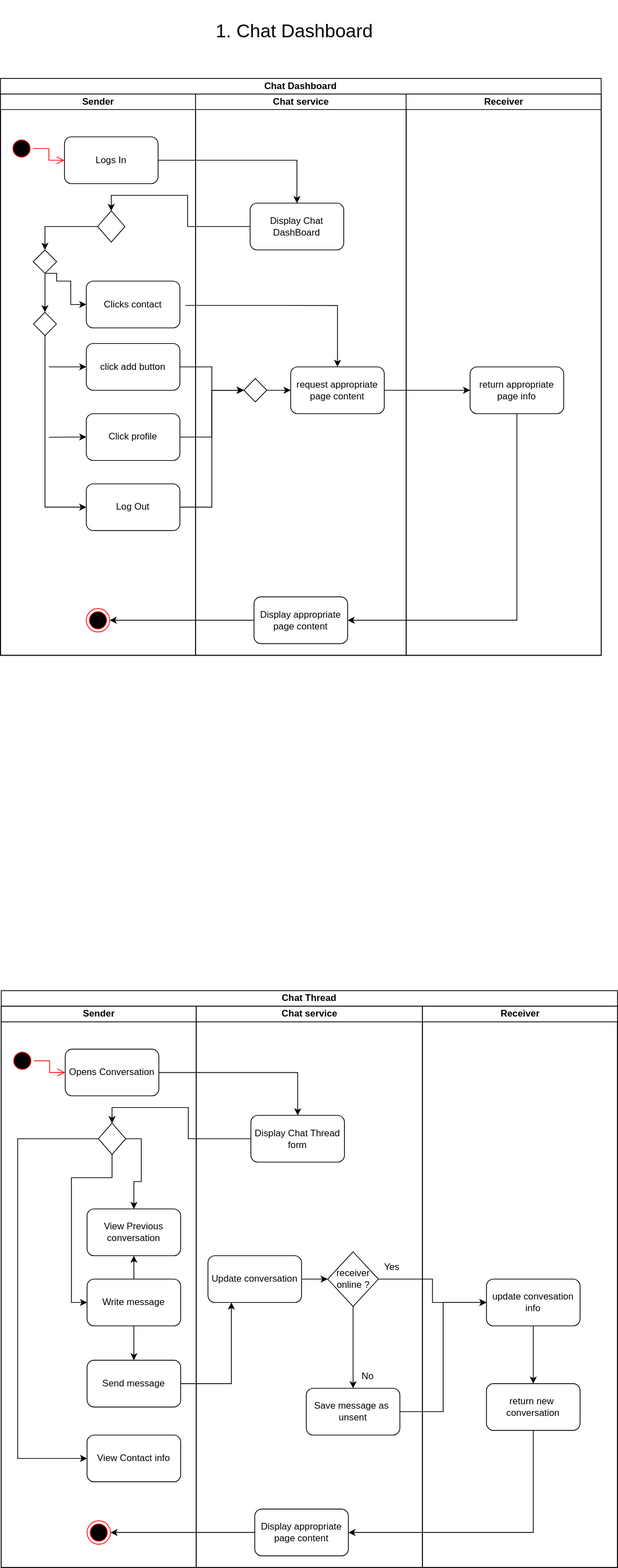
Earlier version of the draw.io export Deliverable1/ActivityDiagrams/Chat.drawio.svg (tshegofatso-motlhakane/Geeks-Chat). Source tidied: cells renumbered, new cells last; positions are measured from the earlier drawing's top-left corner, leaving out a move shared by most shapes.
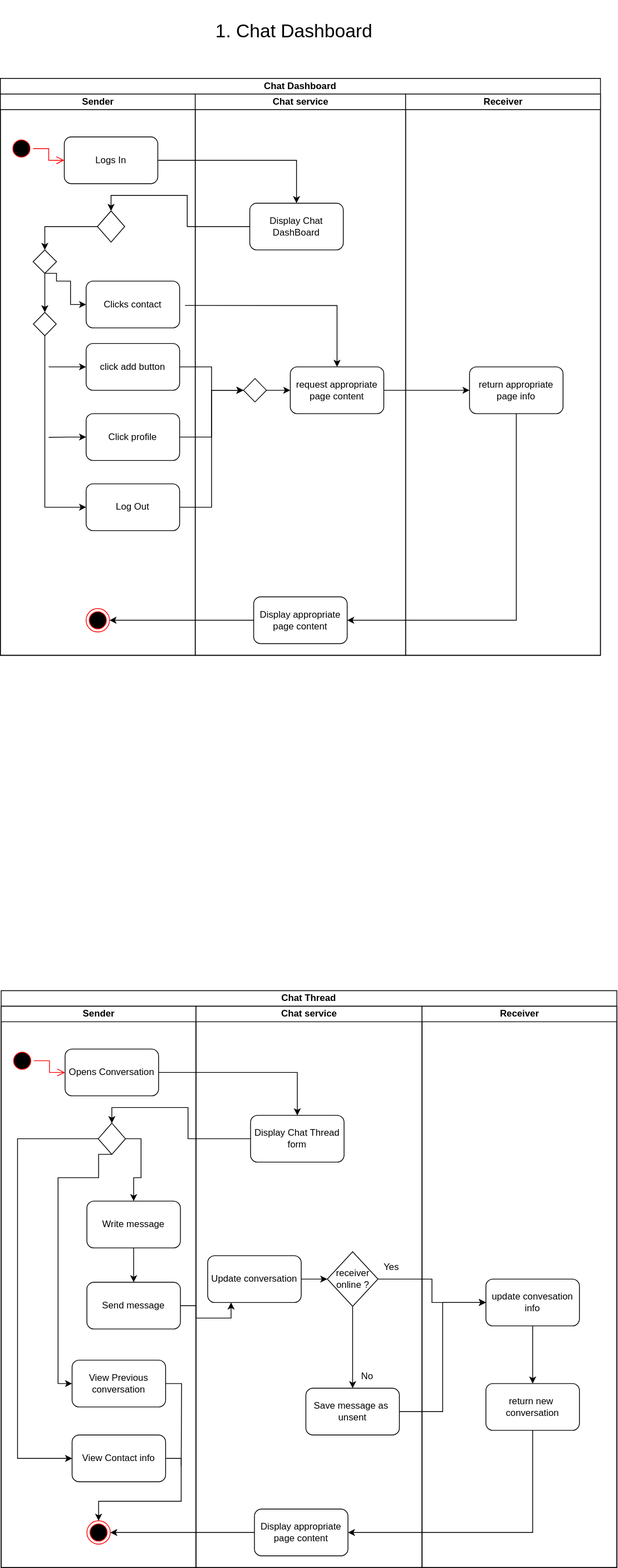
After the commit.

The edit, as a diff of the source:
```diff
@@ -146,15 +146,16 @@
     <mxCell id="44" style="ellipse;html=1;shape=endState;fillColor=#000000;strokeColor=#ff0000;" parent="40" vertex="1">
       <mxGeometry x="110" y="660" width="30" height="30" as="geometry" />
     </mxCell>
-    <mxCell id="45" style="edgeStyle=orthogonalEdgeStyle;rounded=0;jettySize=auto;html=1;exitX=1;exitY=0.5;exitDx=0;exitDy=0;entryX=0.5;entryY=0;entryDx=0;entryDy=0;" parent="40" edge="1" source="48" target="49">
+    <mxCell id="45" style="edgeStyle=orthogonalEdgeStyle;rounded=0;jettySize=auto;html=1;exitX=1;exitY=0.5;exitDx=0;exitDy=0;entryX=0.5;entryY=0;entryDx=0;entryDy=0;" parent="40" edge="1" source="48" target="52">
       <mxGeometry relative="1" as="geometry" />
     </mxCell>
-    <mxCell id="46" style="edgeStyle=orthogonalEdgeStyle;rounded=0;jettySize=auto;html=1;exitX=0.5;exitY=1;exitDx=0;exitDy=0;entryX=0;entryY=0.5;entryDx=0;entryDy=0;" parent="40" edge="1" source="48" target="52">
+    <mxCell id="46" style="edgeStyle=orthogonalEdgeStyle;rounded=0;jettySize=auto;html=1;exitX=0.5;exitY=1;exitDx=0;exitDy=0;entryX=0;entryY=0.5;entryDx=0;entryDy=0;" parent="40" edge="1" source="48" target="49">
       <mxGeometry relative="1" as="geometry">
         <Array as="points">
-          <mxPoint x="142" y="220" />
-          <mxPoint x="90" y="220" />
-          <mxPoint x="90" y="380" />
+          <mxPoint x="125" y="190" />
+          <mxPoint x="125" y="220" />
+          <mxPoint x="73" y="220" />
+          <mxPoint x="73" y="484" />
         </Array>
       </mxGeometry>
     </mxCell>
@@ -169,24 +170,29 @@
     <mxCell id="48" style="rhombus;whiteSpace=wrap;html=1;" parent="40" vertex="1">
       <mxGeometry x="124.5" y="150" width="35" height="40" as="geometry" />
     </mxCell>
-    <mxCell id="49" value="View Previous conversation" style="rounded=1;whiteSpace=wrap;html=1;" parent="40" vertex="1">
-      <mxGeometry x="110" y="260" width="120" height="60" as="geometry" />
-    </mxCell>
     <mxCell id="50" style="edgeStyle=orthogonalEdgeStyle;rounded=0;jettySize=auto;html=1;exitX=0.5;exitY=1;exitDx=0;exitDy=0;entryX=0.5;entryY=0;entryDx=0;entryDy=0;" parent="40" edge="1" source="52" target="53">
       <mxGeometry relative="1" as="geometry" />
     </mxCell>
-    <mxCell id="51" style="edgeStyle=orthogonalEdgeStyle;rounded=0;jettySize=auto;html=1;" parent="40" edge="1" source="52" target="49">
-      <mxGeometry relative="1" as="geometry" />
-    </mxCell>
     <mxCell id="52" value="Write message" style="rounded=1;whiteSpace=wrap;html=1;" parent="40" vertex="1">
-      <mxGeometry x="110" y="350" width="120" height="60" as="geometry" />
+      <mxGeometry x="110" y="250" width="120" height="60" as="geometry" />
     </mxCell>
     <mxCell id="53" value="Send message" style="rounded=1;whiteSpace=wrap;html=1;" parent="40" vertex="1">
-      <mxGeometry x="110" y="454" width="120" height="60" as="geometry" />
+      <mxGeometry x="110" y="354" width="120" height="60" as="geometry" />
     </mxCell>
+    <mxCell id="76" style="edgeStyle=orthogonalEdgeStyle;rounded=0;jettySize=auto;html=1;exitX=1;exitY=0.5;exitDx=0;exitDy=0;entryX=0.5;entryY=0;entryDx=0;entryDy=0;" parent="40" edge="1" source="54" target="44">
+      <mxGeometry relative="1" as="geometry" />
+    </mxCell>
     <mxCell id="54" value="View Contact info" style="rounded=1;whiteSpace=wrap;html=1;" parent="40" vertex="1">
-      <mxGeometry x="110" y="550" width="120" height="60" as="geometry" />
+      <mxGeometry x="91" y="550" width="120" height="60" as="geometry" />
     </mxCell>
+    <mxCell id="77" style="edgeStyle=orthogonalEdgeStyle;rounded=0;jettySize=auto;html=1;exitX=1;exitY=0.5;exitDx=0;exitDy=0;endArrow=none;endFill=0;" parent="40" edge="1" source="49">
+      <mxGeometry relative="1" as="geometry">
+        <mxPoint x="231" y="590" as="targetPoint" />
+      </mxGeometry>
+    </mxCell>
+    <mxCell id="49" value="View Previous conversation" style="rounded=1;whiteSpace=wrap;html=1;" parent="40" vertex="1">
+      <mxGeometry x="91" y="454" width="120" height="60" as="geometry" />
+    </mxCell>
     <mxCell id="55" value="Chat service" style="swimlane;html=1;startSize=20;" parent="39" vertex="1">
       <mxGeometry x="250" y="20" width="290" height="720" as="geometry" />
     </mxCell>
```
